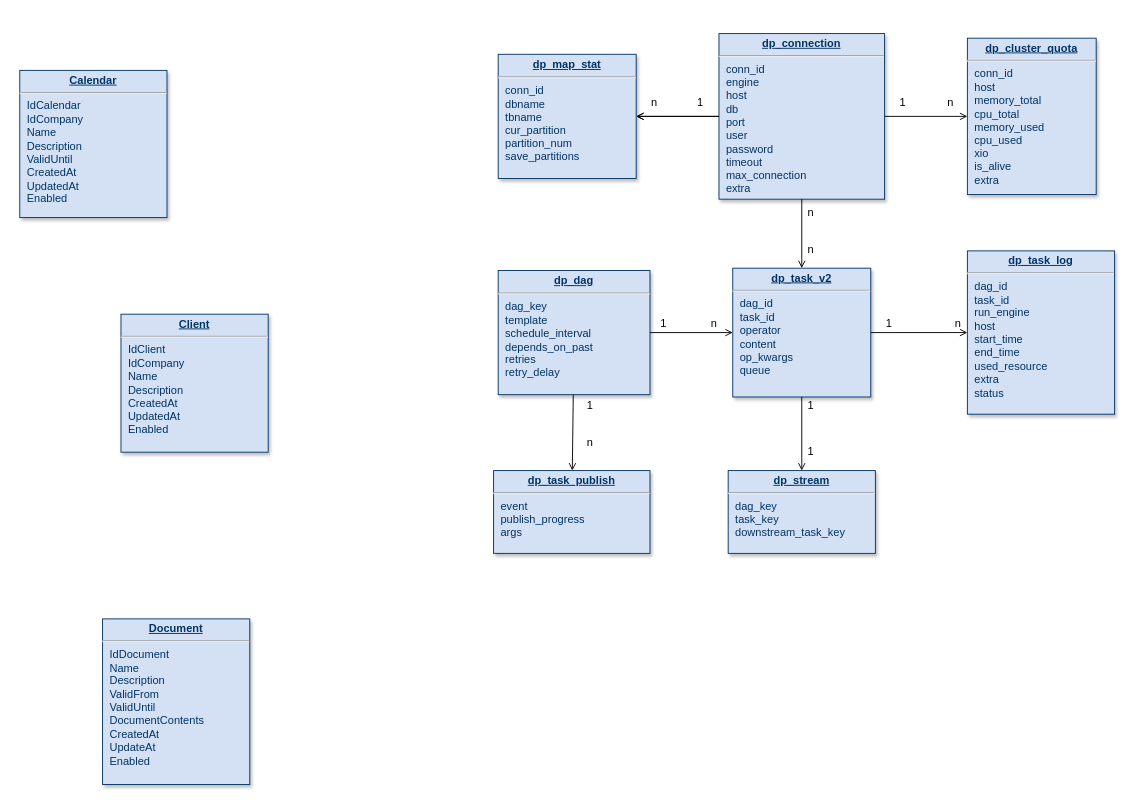
Above: db_v2.drawio in cicelprg/drawio (draw.io), before the change. Source tidied: cells renumbered, new cells numbered last; positions are measured from the earlier drawing's top-left corner, leaving out a move shared by most shapes. Both pictures are drawn from the tidied source at 92%, with x=0, y=0 at pixel (19, 33).
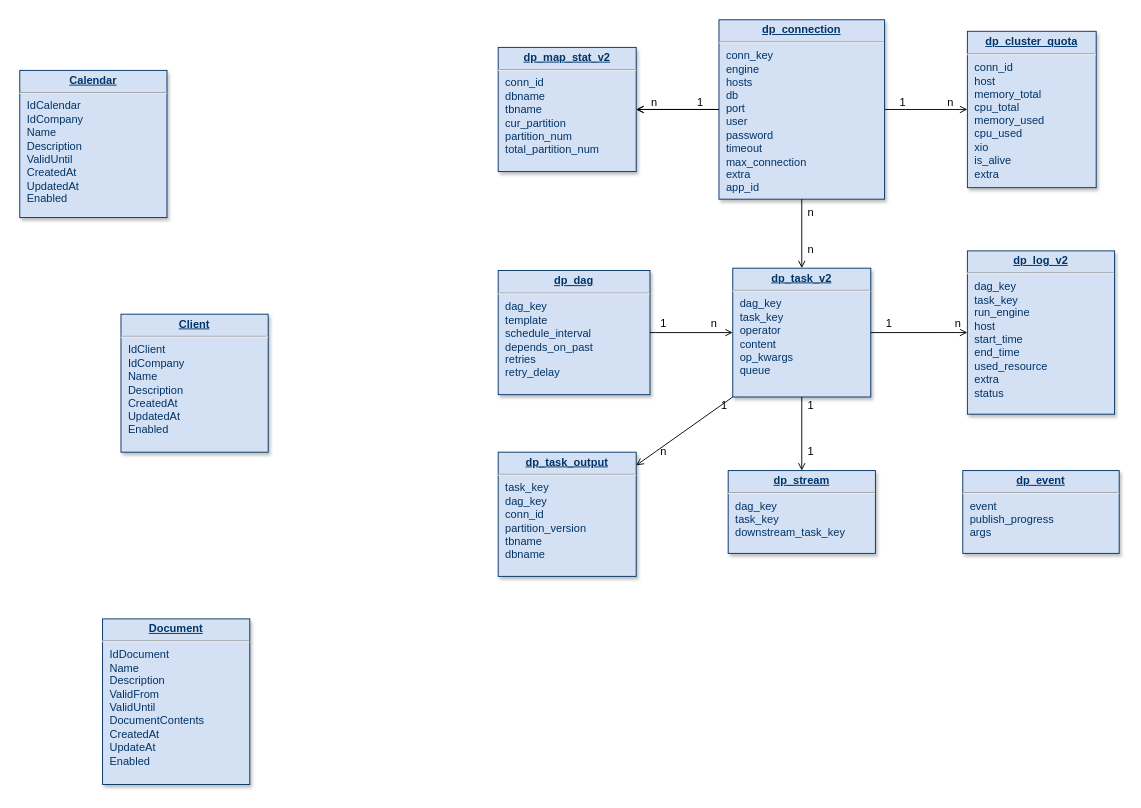
The same page after the edit.

Unchanged cells that the change refers to:
```xml
<mxCell id="8" value="&lt;p style=&quot;margin: 0px ; margin-top: 4px ; text-align: center ; text-decoration: underline&quot;&gt;&lt;b&gt;dp_dag&lt;/b&gt;&lt;/p&gt;&lt;hr&gt;&lt;p style=&quot;margin: 0px ; margin-left: 8px&quot;&gt;dag_key&lt;br&gt;&lt;/p&gt;&lt;p style=&quot;margin: 0px ; margin-left: 8px&quot;&gt;template&lt;br&gt;&lt;/p&gt;&lt;p style=&quot;margin: 0px ; margin-left: 8px&quot;&gt;schedule_interval&lt;br&gt;&lt;/p&gt;&lt;p style=&quot;margin: 0px ; margin-left: 8px&quot;&gt;depends_on_past&lt;br&gt;&lt;/p&gt;&lt;p style=&quot;margin: 0px ; margin-left: 8px&quot;&gt;retries&lt;br&gt;&lt;/p&gt;&lt;p style=&quot;margin: 0px ; margin-left: 8px&quot;&gt;retry_delay&lt;br&gt;&lt;/p&gt;" style="verticalAlign=top;align=left;overflow=fill;fontSize=12;fontFamily=Helvetica;html=1;strokeColor=#003366;shadow=1;fillColor=#D4E1F5;fontColor=#003366;" parent="1" vertex="1">
  <mxGeometry x="520" y="257.5" width="165" height="135" as="geometry" />
</mxCell>
```

What changed in the source:
```diff
@@
-    <mxCell id="5" value="&lt;p style=&quot;margin: 0px ; margin-top: 4px ; text-align: center ; text-decoration: underline&quot;&gt;&lt;b&gt;dp_connection&lt;/b&gt;&lt;/p&gt;&lt;hr&gt;&lt;p style=&quot;margin: 0px ; margin-left: 8px&quot;&gt;conn_id&lt;br&gt;&lt;/p&gt;&lt;p style=&quot;margin: 0px ; margin-left: 8px&quot;&gt;engine&lt;/p&gt;&lt;p style=&quot;margin: 0px ; margin-left: 8px&quot;&gt;host&lt;br&gt;&lt;/p&gt;&lt;p style=&quot;margin: 0px ; margin-left: 8px&quot;&gt;db&lt;/p&gt;&lt;p style=&quot;margin: 0px ; margin-left: 8px&quot;&gt;port&lt;/p&gt;&lt;p style=&quot;margin: 0px ; margin-left: 8px&quot;&gt;user&lt;br&gt;&lt;/p&gt;&lt;p style=&quot;margin: 0px ; margin-left: 8px&quot;&gt;password&lt;br&gt;&lt;/p&gt;&lt;p style=&quot;margin: 0px ; margin-left: 8px&quot;&gt;timeout&lt;/p&gt;&lt;p style=&quot;margin: 0px ; margin-left: 8px&quot;&gt;max_connection&lt;br&gt;&lt;/p&gt;&lt;p style=&quot;margin: 0px ; margin-left: 8px&quot;&gt;extra&lt;br&gt;&lt;/p&gt;&lt;p style=&quot;margin: 0px ; margin-left: 8px&quot;&gt;&lt;br&gt;&lt;/p&gt;&lt;p style=&quot;margin: 0px ; margin-left: 8px&quot;&gt;&lt;br&gt;&lt;/p&gt;&lt;p style=&quot;margin: 0px ; margin-left: 8px&quot;&gt;&lt;br&gt;&lt;/p&gt;&lt;p style=&quot;margin: 0px ; margin-left: 8px&quot;&gt;&lt;br&gt;&lt;/p&gt;&lt;p style=&quot;margin: 0px ; margin-left: 8px&quot;&gt;&lt;br&gt;&lt;/p&gt;" style="verticalAlign=top;align=left;overflow=fill;fontSize=12;fontFamily=Helvetica;html=1;strokeColor=#003366;shadow=1;fillColor=#D4E1F5;fontColor=#003366;" parent="1" vertex="1">
-      <mxGeometry x="760" width="180" height="180" as="geometry" />
+    <mxCell id="5" value="&lt;p style=&quot;margin: 0px ; margin-top: 4px ; text-align: center ; text-decoration: underline&quot;&gt;&lt;b&gt;dp_connection&lt;/b&gt;&lt;/p&gt;&lt;hr&gt;&lt;p style=&quot;margin: 0px ; margin-left: 8px&quot;&gt;conn_key&lt;br&gt;&lt;/p&gt;&lt;p style=&quot;margin: 0px ; margin-left: 8px&quot;&gt;engine&lt;/p&gt;&lt;p style=&quot;margin: 0px ; margin-left: 8px&quot;&gt;hosts&lt;br&gt;&lt;/p&gt;&lt;p style=&quot;margin: 0px ; margin-left: 8px&quot;&gt;db&lt;/p&gt;&lt;p style=&quot;margin: 0px ; margin-left: 8px&quot;&gt;port&lt;/p&gt;&lt;p style=&quot;margin: 0px ; margin-left: 8px&quot;&gt;user&lt;br&gt;&lt;/p&gt;&lt;p style=&quot;margin: 0px ; margin-left: 8px&quot;&gt;password&lt;br&gt;&lt;/p&gt;&lt;p style=&quot;margin: 0px ; margin-left: 8px&quot;&gt;timeout&lt;/p&gt;&lt;p style=&quot;margin: 0px ; margin-left: 8px&quot;&gt;max_connection&lt;br&gt;&lt;/p&gt;&lt;p style=&quot;margin: 0px ; margin-left: 8px&quot;&gt;extra&lt;br&gt;&lt;/p&gt;&lt;p style=&quot;margin: 0px ; margin-left: 8px&quot;&gt;app_id&lt;/p&gt;&lt;p style=&quot;margin: 0px ; margin-left: 8px&quot;&gt;&lt;br&gt;&lt;/p&gt;&lt;p style=&quot;margin: 0px ; margin-left: 8px&quot;&gt;&lt;br&gt;&lt;/p&gt;&lt;p style=&quot;margin: 0px ; margin-left: 8px&quot;&gt;&lt;br&gt;&lt;/p&gt;&lt;p style=&quot;margin: 0px ; margin-left: 8px&quot;&gt;&lt;br&gt;&lt;/p&gt;&lt;p style=&quot;margin: 0px ; margin-left: 8px&quot;&gt;&lt;br&gt;&lt;/p&gt;" style="verticalAlign=top;align=left;overflow=fill;fontSize=12;fontFamily=Helvetica;html=1;strokeColor=#003366;shadow=1;fillColor=#D4E1F5;fontColor=#003366;" parent="1" vertex="1">
+      <mxGeometry x="760" y="-15" width="180" height="195" as="geometry" />
     </mxCell>
@@
-    <mxCell id="9" value="&lt;p style=&quot;margin: 0px ; margin-top: 4px ; text-align: center ; text-decoration: underline&quot;&gt;&lt;b&gt;dp_task_log&lt;/b&gt;&lt;/p&gt;&lt;hr&gt;&lt;p style=&quot;margin: 0px ; margin-left: 8px&quot;&gt;dag_id&lt;/p&gt;&lt;p style=&quot;margin: 0px ; margin-left: 8px&quot;&gt;task_id&lt;/p&gt;&lt;p style=&quot;margin: 0px ; margin-left: 8px&quot;&gt;run_engine&lt;br&gt;&lt;/p&gt;&lt;p style=&quot;margin: 0px ; margin-left: 8px&quot;&gt;host&lt;/p&gt;&lt;p style=&quot;margin: 0px ; margin-left: 8px&quot;&gt;start_time&lt;/p&gt;&lt;p style=&quot;margin: 0px ; margin-left: 8px&quot;&gt;end_time&lt;/p&gt;&lt;p style=&quot;margin: 0px ; margin-left: 8px&quot;&gt;used_resource&lt;/p&gt;&lt;p style=&quot;margin: 0px ; margin-left: 8px&quot;&gt;extra&lt;/p&gt;&lt;p style=&quot;margin: 0px ; margin-left: 8px&quot;&gt;status&lt;/p&gt;&lt;p style=&quot;margin: 0px ; margin-left: 8px&quot;&gt;&lt;br&gt;&lt;/p&gt;" style="verticalAlign=top;align=left;overflow=fill;fontSize=12;fontFamily=Helvetica;html=1;strokeColor=#003366;shadow=1;fillColor=#D4E1F5;fontColor=#003366;" parent="1" vertex="1">
+    <mxCell id="9" value="&lt;p style=&quot;margin: 0px ; margin-top: 4px ; text-align: center ; text-decoration: underline&quot;&gt;&lt;b&gt;dp_log_v2&lt;/b&gt;&lt;/p&gt;&lt;hr&gt;&lt;p style=&quot;margin: 0px ; margin-left: 8px&quot;&gt;dag_key&lt;/p&gt;&lt;p style=&quot;margin: 0px ; margin-left: 8px&quot;&gt;task_key&lt;/p&gt;&lt;p style=&quot;margin: 0px ; margin-left: 8px&quot;&gt;run_engine&lt;br&gt;&lt;/p&gt;&lt;p style=&quot;margin: 0px ; margin-left: 8px&quot;&gt;host&lt;/p&gt;&lt;p style=&quot;margin: 0px ; margin-left: 8px&quot;&gt;start_time&lt;/p&gt;&lt;p style=&quot;margin: 0px ; margin-left: 8px&quot;&gt;end_time&lt;/p&gt;&lt;p style=&quot;margin: 0px ; margin-left: 8px&quot;&gt;used_resource&lt;/p&gt;&lt;p style=&quot;margin: 0px ; margin-left: 8px&quot;&gt;extra&lt;/p&gt;&lt;p style=&quot;margin: 0px ; margin-left: 8px&quot;&gt;status&lt;/p&gt;&lt;p style=&quot;margin: 0px ; margin-left: 8px&quot;&gt;&lt;br&gt;&lt;/p&gt;" style="verticalAlign=top;align=left;overflow=fill;fontSize=12;fontFamily=Helvetica;html=1;strokeColor=#003366;shadow=1;fillColor=#D4E1F5;fontColor=#003366;" parent="1" vertex="1">
       <mxGeometry x="1030" y="236.2" width="160" height="177.5" as="geometry" />
     </mxCell>
     <mxCell id="10" value="&lt;p style=&quot;margin: 0px ; margin-top: 4px ; text-align: center ; text-decoration: underline&quot;&gt;&lt;b&gt;dp_cluster_quota&lt;/b&gt;&lt;/p&gt;&lt;hr&gt;&lt;p style=&quot;margin: 0px ; margin-left: 8px&quot;&gt;conn_id&lt;/p&gt;&lt;p style=&quot;margin: 0px ; margin-left: 8px&quot;&gt;host&lt;/p&gt;&lt;p style=&quot;margin: 0px ; margin-left: 8px&quot;&gt;memory_total&lt;/p&gt;&lt;p style=&quot;margin: 0px ; margin-left: 8px&quot;&gt;cpu_total&lt;/p&gt;&lt;p style=&quot;margin: 0px ; margin-left: 8px&quot;&gt;memory_used&lt;/p&gt;&lt;p style=&quot;margin: 0px ; margin-left: 8px&quot;&gt;cpu_used&lt;/p&gt;&lt;p style=&quot;margin: 0px ; margin-left: 8px&quot;&gt;xio&lt;/p&gt;&lt;p style=&quot;margin: 0px ; margin-left: 8px&quot;&gt;is_alive&lt;/p&gt;&lt;p style=&quot;margin: 0px ; margin-left: 8px&quot;&gt;extra&lt;/p&gt;&lt;p style=&quot;margin: 0px ; margin-left: 8px&quot;&gt;&lt;br&gt;&lt;/p&gt;&lt;p style=&quot;margin: 0px ; margin-left: 8px&quot;&gt;&lt;br&gt;&lt;/p&gt;&lt;p style=&quot;margin: 0px ; margin-left: 8px&quot;&gt;&lt;br&gt;&lt;/p&gt;&lt;p style=&quot;margin: 0px ; margin-left: 8px&quot;&gt;&lt;br&gt;&lt;/p&gt;&lt;p style=&quot;margin: 0px ; margin-left: 8px&quot;&gt;&lt;br&gt;&lt;/p&gt;&lt;p style=&quot;margin: 0px ; margin-left: 8px&quot;&gt;&lt;br&gt;&lt;/p&gt;" style="verticalAlign=top;align=left;overflow=fill;fontSize=12;fontFamily=Helvetica;html=1;strokeColor=#003366;shadow=1;fillColor=#D4E1F5;fontColor=#003366;" parent="1" vertex="1">
-      <mxGeometry x="1030" y="5" width="140" height="170" as="geometry" />
+      <mxGeometry x="1030" y="-2.5" width="140" height="170" as="geometry" />
     </mxCell>
-    <mxCell id="11" value="&lt;p style=&quot;margin: 0px ; margin-top: 4px ; text-align: center ; text-decoration: underline&quot;&gt;&lt;b&gt;dp_task_publish&lt;/b&gt;&lt;/p&gt;&lt;hr&gt;&lt;p style=&quot;margin: 0px ; margin-left: 8px&quot;&gt;event&lt;/p&gt;&lt;p style=&quot;margin: 0px ; margin-left: 8px&quot;&gt;publish_progress&lt;/p&gt;&lt;p style=&quot;margin: 0px ; margin-left: 8px&quot;&gt;args&lt;/p&gt;&lt;p style=&quot;margin: 0px ; margin-left: 8px&quot;&gt;&lt;br&gt;&lt;/p&gt;" style="verticalAlign=top;align=left;overflow=fill;fontSize=12;fontFamily=Helvetica;html=1;strokeColor=#003366;shadow=1;fillColor=#D4E1F5;fontColor=#003366;" parent="1" vertex="1">
-      <mxGeometry x="515" y="475" width="170" height="90" as="geometry" />
+    <mxCell id="11" value="&lt;p style=&quot;margin: 0px ; margin-top: 4px ; text-align: center ; text-decoration: underline&quot;&gt;&lt;b&gt;dp_event&lt;/b&gt;&lt;/p&gt;&lt;hr&gt;&lt;p style=&quot;margin: 0px ; margin-left: 8px&quot;&gt;event&lt;/p&gt;&lt;p style=&quot;margin: 0px ; margin-left: 8px&quot;&gt;publish_progress&lt;/p&gt;&lt;p style=&quot;margin: 0px ; margin-left: 8px&quot;&gt;args&lt;/p&gt;&lt;p style=&quot;margin: 0px ; margin-left: 8px&quot;&gt;&lt;br&gt;&lt;/p&gt;" style="verticalAlign=top;align=left;overflow=fill;fontSize=12;fontFamily=Helvetica;html=1;strokeColor=#003366;shadow=1;fillColor=#D4E1F5;fontColor=#003366;" parent="1" vertex="1">
+      <mxGeometry x="1025" y="475" width="170" height="90" as="geometry" />
     </mxCell>
-    <mxCell id="12" value="&lt;p style=&quot;margin: 0px ; margin-top: 4px ; text-align: center ; text-decoration: underline&quot;&gt;&lt;b&gt;dp_task_v2&lt;/b&gt;&lt;/p&gt;&lt;hr&gt;&lt;p style=&quot;margin: 0px ; margin-left: 8px&quot;&gt;&lt;span&gt;dag_id&lt;/span&gt;&lt;br&gt;&lt;/p&gt;&lt;p style=&quot;margin: 0px ; margin-left: 8px&quot;&gt;task_id&lt;/p&gt;&lt;p style=&quot;margin: 0px ; margin-left: 8px&quot;&gt;&lt;span&gt;operator&lt;/span&gt;&lt;/p&gt;&lt;p style=&quot;margin: 0px ; margin-left: 8px&quot;&gt;content&lt;br&gt;&lt;/p&gt;&lt;p style=&quot;margin: 0px ; margin-left: 8px&quot;&gt;op_kwargs&lt;/p&gt;&lt;p style=&quot;margin: 0px ; margin-left: 8px&quot;&gt;queue&lt;/p&gt;&lt;p style=&quot;margin: 0px ; margin-left: 8px&quot;&gt;&lt;br&gt;&lt;/p&gt;&lt;p style=&quot;margin: 0px ; margin-left: 8px&quot;&gt;&lt;br&gt;&lt;/p&gt;" style="verticalAlign=top;align=left;overflow=fill;fontSize=12;fontFamily=Helvetica;html=1;strokeColor=#003366;shadow=1;fillColor=#D4E1F5;fontColor=#003366;" parent="1" vertex="1">
+    <mxCell id="12" value="&lt;p style=&quot;margin: 0px ; margin-top: 4px ; text-align: center ; text-decoration: underline&quot;&gt;&lt;b&gt;dp_task_v2&lt;/b&gt;&lt;/p&gt;&lt;hr&gt;&lt;p style=&quot;margin: 0px ; margin-left: 8px&quot;&gt;&lt;span&gt;dag_key&lt;/span&gt;&lt;br&gt;&lt;/p&gt;&lt;p style=&quot;margin: 0px ; margin-left: 8px&quot;&gt;task_key&lt;/p&gt;&lt;p style=&quot;margin: 0px ; margin-left: 8px&quot;&gt;&lt;span&gt;operator&lt;/span&gt;&lt;/p&gt;&lt;p style=&quot;margin: 0px ; margin-left: 8px&quot;&gt;content&lt;br&gt;&lt;/p&gt;&lt;p style=&quot;margin: 0px ; margin-left: 8px&quot;&gt;op_kwargs&lt;/p&gt;&lt;p style=&quot;margin: 0px ; margin-left: 8px&quot;&gt;queue&lt;/p&gt;&lt;p style=&quot;margin: 0px ; margin-left: 8px&quot;&gt;&lt;br&gt;&lt;/p&gt;&lt;p style=&quot;margin: 0px ; margin-left: 8px&quot;&gt;&lt;br&gt;&lt;/p&gt;" style="verticalAlign=top;align=left;overflow=fill;fontSize=12;fontFamily=Helvetica;html=1;strokeColor=#003366;shadow=1;fillColor=#D4E1F5;fontColor=#003366;" parent="1" vertex="1">
       <mxGeometry x="775" y="255" width="150" height="140" as="geometry" />
     </mxCell>
-    <mxCell id="13" value="&lt;p style=&quot;margin: 0px ; margin-top: 4px ; text-align: center ; text-decoration: underline&quot;&gt;&lt;b&gt;dp_map_stat&lt;/b&gt;&lt;/p&gt;&lt;hr&gt;&lt;p style=&quot;margin: 0px ; margin-left: 8px&quot;&gt;conn_id&lt;/p&gt;&lt;p style=&quot;margin: 0px ; margin-left: 8px&quot;&gt;dbname&lt;br&gt;&lt;/p&gt;&lt;p style=&quot;margin: 0px ; margin-left: 8px&quot;&gt;tbname&lt;br&gt;&lt;/p&gt;&lt;p style=&quot;margin: 0px ; margin-left: 8px&quot;&gt;cur_partition&lt;br&gt;&lt;/p&gt;&lt;p style=&quot;margin: 0px ; margin-left: 8px&quot;&gt;partition_num&lt;/p&gt;&lt;p style=&quot;margin: 0px ; margin-left: 8px&quot;&gt;&lt;span&gt;save_partitions&lt;/span&gt;&lt;br&gt;&lt;/p&gt;&lt;p style=&quot;margin: 0px ; margin-left: 8px&quot;&gt;&lt;br&gt;&lt;/p&gt;" style="verticalAlign=top;align=left;overflow=fill;fontSize=12;fontFamily=Helvetica;html=1;strokeColor=#003366;shadow=1;fillColor=#D4E1F5;fontColor=#003366;" parent="1" vertex="1">
-      <mxGeometry x="520" y="22.5" width="150" height="135" as="geometry" />
+    <mxCell id="13" value="&lt;p style=&quot;margin: 0px ; margin-top: 4px ; text-align: center ; text-decoration: underline&quot;&gt;&lt;b&gt;dp_map_stat_v2&lt;/b&gt;&lt;/p&gt;&lt;hr&gt;&lt;p style=&quot;margin: 0px ; margin-left: 8px&quot;&gt;conn_id&lt;/p&gt;&lt;p style=&quot;margin: 0px ; margin-left: 8px&quot;&gt;dbname&lt;br&gt;&lt;/p&gt;&lt;p style=&quot;margin: 0px ; margin-left: 8px&quot;&gt;tbname&lt;br&gt;&lt;/p&gt;&lt;p style=&quot;margin: 0px ; margin-left: 8px&quot;&gt;cur_partition&lt;br&gt;&lt;/p&gt;&lt;p style=&quot;margin: 0px ; margin-left: 8px&quot;&gt;partition_num&lt;/p&gt;&lt;p style=&quot;margin: 0px ; margin-left: 8px&quot;&gt;total_partition_num&lt;/p&gt;&lt;p style=&quot;margin: 0px ; margin-left: 8px&quot;&gt;&lt;br&gt;&lt;/p&gt;" style="verticalAlign=top;align=left;overflow=fill;fontSize=12;fontFamily=Helvetica;html=1;strokeColor=#003366;shadow=1;fillColor=#D4E1F5;fontColor=#003366;" parent="1" vertex="1">
+      <mxGeometry x="520" y="15" width="150" height="135" as="geometry" />
     </mxCell>
@@
-    <mxCell id="32" style="endArrow=open;html=1;rounded=1;endFill=0;" parent="1" edge="1" source="8" target="11">
-      <mxGeometry relative="1" as="geometry" />
-    </mxCell>
+    <mxCell id="35" value="&lt;p style=&quot;margin: 0px ; margin-top: 4px ; text-align: center ; text-decoration: underline&quot;&gt;&lt;b&gt;dp_task_output&lt;/b&gt;&lt;/p&gt;&lt;hr&gt;&lt;p style=&quot;margin: 0px ; margin-left: 8px&quot;&gt;task_key&lt;/p&gt;&lt;p style=&quot;margin: 0px ; margin-left: 8px&quot;&gt;dag_key&lt;/p&gt;&lt;p style=&quot;margin: 0px ; margin-left: 8px&quot;&gt;conn_id&lt;/p&gt;&lt;p style=&quot;margin: 0px ; margin-left: 8px&quot;&gt;partition_version&lt;/p&gt;&lt;p style=&quot;margin: 0px ; margin-left: 8px&quot;&gt;tbname&lt;/p&gt;&lt;p style=&quot;margin: 0px ; margin-left: 8px&quot;&gt;dbname&lt;/p&gt;" style="verticalAlign=top;align=left;overflow=fill;fontSize=12;fontFamily=Helvetica;html=1;strokeColor=#003366;shadow=1;fillColor=#D4E1F5;fontColor=#003366;" parent="1" vertex="1">
+      <mxGeometry x="520" y="455" width="150" height="135" as="geometry" />
+    </mxCell>
+    <mxCell id="36" style="endArrow=open;html=1;rounded=1;endFill=0;exitX=0;exitY=1;exitDx=0;exitDy=0;" parent="1" edge="1" source="12" target="35">
+      <mxGeometry relative="1" as="geometry" />
+    </mxCell>
     <mxCell id="33" value="1" style="text;html=1;strokeColor=none;fillColor=none;align=center;verticalAlign=middle;whiteSpace=wrap;rounded=0;" parent="1" vertex="1">
-      <mxGeometry x="600" y="395" width="40" height="20" as="geometry" />
+      <mxGeometry x="746" y="395" width="40" height="20" as="geometry" />
     </mxCell>
+    <mxCell id="37" style="endArrow=open;html=1;rounded=1;endFill=0;" parent="1" edge="1" source="12" target="33">
+      <mxGeometry relative="1" as="geometry" />
+    </mxCell>
     <mxCell id="34" value="n" style="text;html=1;strokeColor=none;fillColor=none;align=center;verticalAlign=middle;whiteSpace=wrap;rounded=0;" parent="1" vertex="1">
-      <mxGeometry x="600" y="435" width="40" height="20" as="geometry" />
+      <mxGeometry x="680" y="445" width="40" height="20" as="geometry" />
     </mxCell>
```
